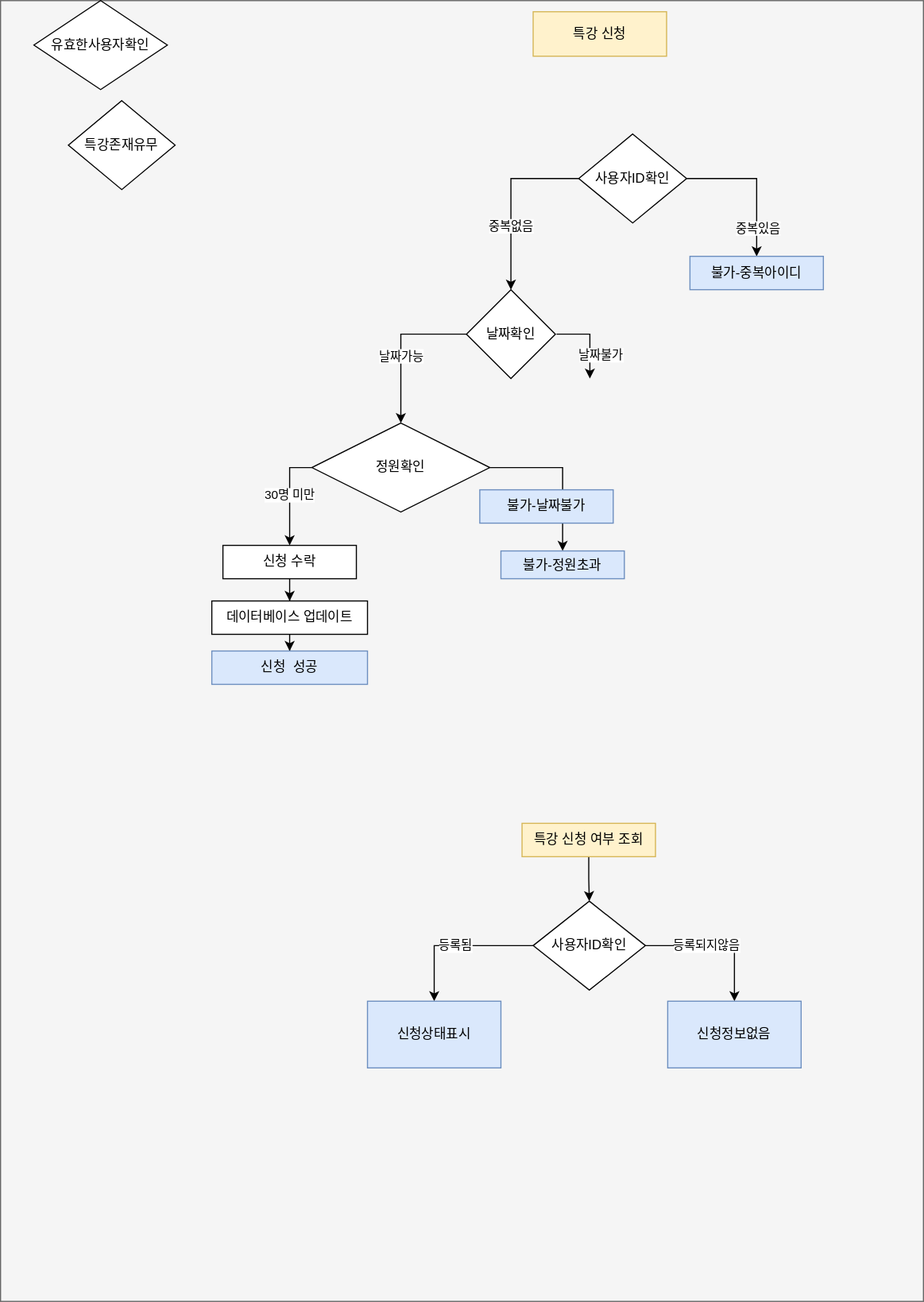
Above: src/main/java/com/tdd/speciallectureapply/document/diagram/service-flow.svg in kabalport/special-lecture-apply (draw.io), before the change. Source tidied: cells renumbered, new cells last; positions are measured from the earlier drawing's top-left corner, leaving out a move shared by most shapes.
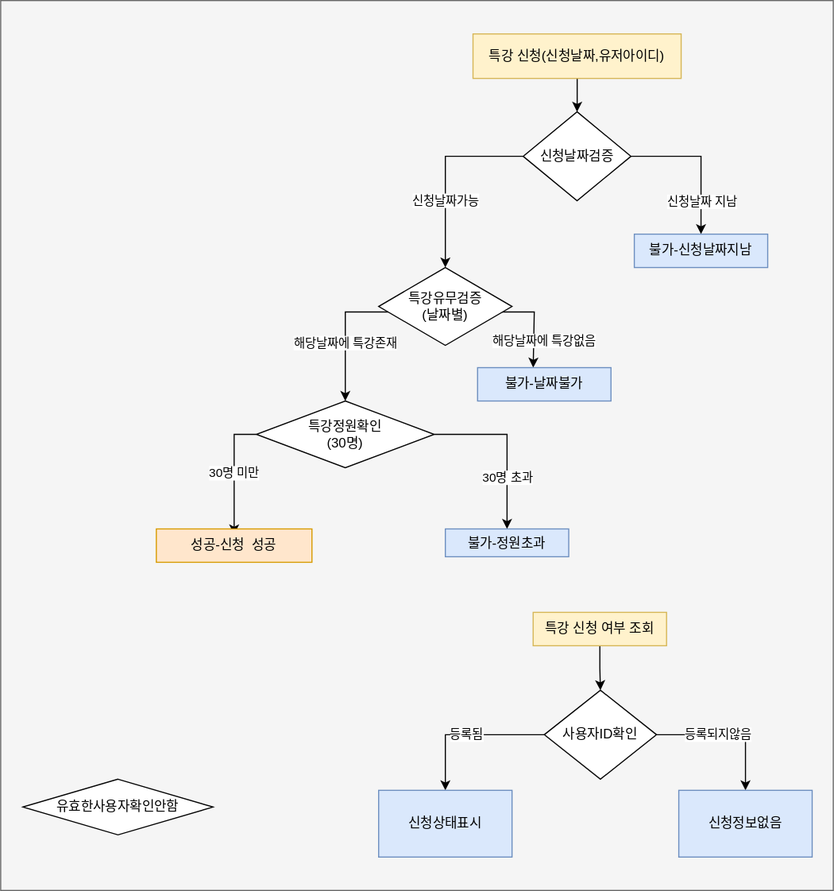
Above is the later version.

Change to the diagram source:
```diff
@@ -3,49 +3,51 @@
     <mxCell id="0" />
     <mxCell id="1" parent="0" />
     <mxCell id="2" style="rounded=0;whiteSpace=wrap;html=1;fillColor=#f5f5f5;strokeColor=#666666;fontColor=#333333;" parent="1" vertex="1">
-      <mxGeometry width="830" height="1170" as="geometry" />
+      <mxGeometry x="50" y="20" width="749" height="800" as="geometry" />
     </mxCell>
+    <mxCell id="33" style="edgeStyle=orthogonalEdgeStyle;rounded=0;jettySize=auto;html=1;" parent="1" edge="1" source="3" target="7">
+      <mxGeometry relative="1" as="geometry" />
+    </mxCell>
-    <mxCell id="3" value="특강 신청" style="rounded=0;whiteSpace=wrap;html=1;fillColor=#fff2cc;strokeColor=#d6b656;" parent="1" vertex="1">
-      <mxGeometry x="479" y="10" width="120" height="40" as="geometry" />
+    <mxCell id="3" value="특강 신청(신청날짜,유저아이디)" style="rounded=0;whiteSpace=wrap;html=1;fillColor=#fff2cc;strokeColor=#d6b656;" parent="1" vertex="1">
+      <mxGeometry x="474.9" y="50" width="187.2" height="40" as="geometry" />
     </mxCell>
-    <mxCell id="4" value="중복없음" style="edgeStyle=orthogonalEdgeStyle;rounded=0;jettySize=auto;html=1;" parent="1" edge="1" source="7" target="10">
+    <mxCell id="4" value="신청날짜가능" style="edgeStyle=orthogonalEdgeStyle;rounded=0;jettySize=auto;html=1;" parent="1" edge="1" source="7" target="10">
       <mxGeometry x="0.29" relative="1" as="geometry" />
     </mxCell>
     <mxCell id="5" style="edgeStyle=orthogonalEdgeStyle;rounded=0;jettySize=auto;html=1;" parent="1" edge="1" source="7" target="11">
       <mxGeometry relative="1" as="geometry" />
     </mxCell>
-    <mxCell id="6" value="중복있음" style="edgeLabel;html=1;align=center;verticalAlign=middle;" parent="5" vertex="1">
+    <mxCell id="6" value="신청날짜 지남" style="edgeLabel;html=1;align=center;verticalAlign=middle;" parent="5" vertex="1">
       <mxGeometry x="0.24" y="2" relative="1" as="geometry">
-        <mxPoint x="-2" y="24" as="offset" />
+        <mxPoint x="-2" y="20" as="offset" />
       </mxGeometry>
     </mxCell>
-    <mxCell id="7" value="사용자ID확인" style="rhombus;whiteSpace=wrap;html=1;rounded=0;" parent="1" vertex="1">
+    <mxCell id="7" value="신청날짜검증" style="rhombus;whiteSpace=wrap;html=1;rounded=0;" parent="1" vertex="1">
       <mxGeometry x="520" y="120" width="97" height="80" as="geometry" />
     </mxCell>
-    <mxCell id="8" value="날짜가능" style="edgeStyle=orthogonalEdgeStyle;rounded=0;jettySize=auto;html=1;entryX=0.5;entryY=0;entryDx=0;entryDy=0;" parent="1" edge="1" source="10" target="15">
+    <mxCell id="8" value="해당날짜에 특강존재" style="edgeStyle=orthogonalEdgeStyle;rounded=0;jettySize=auto;html=1;entryX=0.5;entryY=0;entryDx=0;entryDy=0;" parent="1" edge="1" source="10" target="15">
       <mxGeometry x="0.14" relative="1" as="geometry">
         <Array as="points">
           <mxPoint x="360" y="300" />
         </Array>
       </mxGeometry>
     </mxCell>
-    <mxCell id="9" value="날짜불가" style="edgeStyle=orthogonalEdgeStyle;rounded=0;orthogonalLoop=1;jettySize=auto;html=1;entryX=0.5;entryY=0;entryDx=0;entryDy=0;" parent="1" edge="1">
+    <mxCell id="9" value="해당날짜에 특강없음" style="edgeStyle=orthogonalEdgeStyle;rounded=0;jettySize=auto;html=1;entryX=0.417;entryY=0;entryDx=0;entryDy=0;entryPerimeter=0;" parent="1" edge="1" target="21">
       <mxGeometry x="0.43" y="10" relative="1" as="geometry">
         <mxPoint x="500" y="300" as="sourcePoint" />
-        <mxPoint x="530" y="340" as="targetPoint" />
         <Array as="points">
           <mxPoint x="530" y="300" />
         </Array>
         <mxPoint y="-1" as="offset" />
       </mxGeometry>
     </mxCell>
-    <mxCell id="10" value="날짜확인" style="rhombus;whiteSpace=wrap;html=1;rounded=0;" parent="1" vertex="1">
-      <mxGeometry x="419" y="260" width="80" height="80" as="geometry" />
+    <mxCell id="10" value="특강유무검증&lt;br&gt;(날짜별)" style="rhombus;whiteSpace=wrap;html=1;rounded=0;" parent="1" vertex="1">
+      <mxGeometry x="390" y="260" width="120" height="70" as="geometry" />
     </mxCell>
-    <mxCell id="11" value="불가-중복아이디" style="whiteSpace=wrap;html=1;rounded=0;fillColor=#dae8fc;strokeColor=#6c8ebf;" parent="1" vertex="1">
+    <mxCell id="11" value="불가-신청날짜지남" style="whiteSpace=wrap;html=1;rounded=0;fillColor=#dae8fc;strokeColor=#6c8ebf;" parent="1" vertex="1">
       <mxGeometry x="620" y="230" width="120" height="30" as="geometry" />
     </mxCell>
-    <mxCell id="12" value="30명 미만" style="edgeStyle=orthogonalEdgeStyle;rounded=0;jettySize=auto;html=1;entryX=0.5;entryY=0;entryDx=0;entryDy=0;exitX=0;exitY=0.5;exitDx=0;exitDy=0;" parent="1" edge="1" source="15" target="17">
+    <mxCell id="12" value="30명 미만" style="edgeStyle=orthogonalEdgeStyle;rounded=0;jettySize=auto;html=1;entryX=0.5;entryY=0.167;entryDx=0;entryDy=0;exitX=0;exitY=0.5;exitDx=0;exitDy=0;entryPerimeter=0;" parent="1" edge="1" source="15" target="20">
       <mxGeometry relative="1" as="geometry" />
     </mxCell>
     <mxCell id="13" style="edgeStyle=orthogonalEdgeStyle;rounded=0;jettySize=auto;html=1;" parent="1" edge="1" source="15" target="22">
@@ -56,26 +58,14 @@
         <mxPoint x="1" y="11" as="offset" />
       </mxGeometry>
     </mxCell>
-    <mxCell id="15" value="정원확인" style="rhombus;whiteSpace=wrap;html=1;rounded=0;" parent="1" vertex="1">
-      <mxGeometry x="280" y="380" width="160" height="80" as="geometry" />
+    <mxCell id="15" value="특강정원확인&lt;br&gt;(30명)" style="rhombus;whiteSpace=wrap;html=1;rounded=0;" parent="1" vertex="1">
+      <mxGeometry x="280" y="380" width="160" height="60" as="geometry" />
     </mxCell>
-    <mxCell id="16" style="edgeStyle=orthogonalEdgeStyle;rounded=0;jettySize=auto;html=1;" parent="1" edge="1" source="17" target="19">
-      <mxGeometry relative="1" as="geometry" />
-    </mxCell>
-    <mxCell id="17" value="신청 수락" style="rounded=0;whiteSpace=wrap;html=1;" parent="1" vertex="1">
-      <mxGeometry x="200" y="490" width="120" height="30" as="geometry" />
-    </mxCell>
-    <mxCell id="18" style="edgeStyle=orthogonalEdgeStyle;rounded=0;jettySize=auto;html=1;" parent="1" edge="1" source="19" target="20">
-      <mxGeometry relative="1" as="geometry" />
-    </mxCell>
-    <mxCell id="19" value="데이터베이스 업데이트" style="rounded=0;whiteSpace=wrap;html=1;" parent="1" vertex="1">
-      <mxGeometry x="190" y="540" width="140" height="30" as="geometry" />
-    </mxCell>
-    <mxCell id="20" value="신청&amp;nbsp; 성공" style="rounded=0;whiteSpace=wrap;html=1;fillColor=#dae8fc;strokeColor=#6c8ebf;" parent="1" vertex="1">
-      <mxGeometry x="190" y="585" width="140" height="30" as="geometry" />
+    <mxCell id="20" value="성공-신청&amp;nbsp; 성공" style="rounded=0;whiteSpace=wrap;html=1;fillColor=#ffe6cc;strokeColor=#d79b00;" parent="1" vertex="1">
+      <mxGeometry x="190" y="495" width="140" height="30" as="geometry" />
     </mxCell>
     <mxCell id="21" value="불가-날짜불가" style="rounded=0;whiteSpace=wrap;html=1;fillColor=#dae8fc;strokeColor=#6c8ebf;" parent="1" vertex="1">
-      <mxGeometry x="431" y="440" width="120" height="30" as="geometry" />
+      <mxGeometry x="479" y="350" width="120" height="30" as="geometry" />
     </mxCell>
     <mxCell id="22" value="불가-정원초과" style="whiteSpace=wrap;html=1;rounded=0;fillColor=#dae8fc;strokeColor=#6c8ebf;" parent="1" vertex="1">
       <mxGeometry x="450" y="495" width="111" height="25" as="geometry" />
@@ -84,7 +74,7 @@
       <mxGeometry relative="1" as="geometry" />
     </mxCell>
     <mxCell id="24" value="특강 신청 여부 조회" style="rounded=0;whiteSpace=wrap;html=1;fillColor=#fff2cc;strokeColor=#d6b656;" parent="1" vertex="1">
-      <mxGeometry x="469" y="740" width="120" height="30" as="geometry" />
+      <mxGeometry x="529" y="570" width="120" height="30" as="geometry" />
     </mxCell>
     <mxCell id="25" style="edgeStyle=orthogonalEdgeStyle;rounded=0;jettySize=auto;html=1;entryX=0.5;entryY=0;entryDx=0;entryDy=0;" parent="1" edge="1" source="28" target="29">
       <mxGeometry relative="1" as="geometry" />
@@ -96,19 +86,19 @@
       <mxGeometry relative="1" as="geometry" />
     </mxCell>
     <mxCell id="28" value="사용자ID확인" style="rhombus;whiteSpace=wrap;html=1;" parent="1" vertex="1">
-      <mxGeometry x="479" y="810" width="101" height="80" as="geometry" />
+      <mxGeometry x="539" y="640" width="101" height="80" as="geometry" />
     </mxCell>
     <mxCell id="29" value="신청정보없음" style="rounded=0;whiteSpace=wrap;html=1;fillColor=#dae8fc;strokeColor=#6c8ebf;" parent="1" vertex="1">
-      <mxGeometry x="600" y="900" width="120" height="60" as="geometry" />
+      <mxGeometry x="660" y="730" width="120" height="60" as="geometry" />
     </mxCell>
     <mxCell id="30" value="신청상태표시" style="rounded=0;whiteSpace=wrap;html=1;fillColor=#dae8fc;strokeColor=#6c8ebf;" parent="1" vertex="1">
-      <mxGeometry x="330" y="900" width="120" height="60" as="geometry" />
+      <mxGeometry x="390" y="730" width="120" height="60" as="geometry" />
     </mxCell>
-    <mxCell id="31" value="특강존재유무" style="rhombus;whiteSpace=wrap;html=1;rounded=0;" parent="1" vertex="1">
-      <mxGeometry x="61" y="90" width="96" height="80" as="geometry" />
-    </mxCell>
-    <mxCell id="32" value="유효한사용자확인" style="rhombus;whiteSpace=wrap;html=1;rounded=0;" parent="1" vertex="1">
-      <mxGeometry x="30" width="120" height="80" as="geometry" />
+    <mxCell id="32" value="유효한사용자확인안함" style="rhombus;whiteSpace=wrap;html=1;rounded=0;" parent="1" vertex="1">
+      <mxGeometry x="70" y="720" width="171" height="50" as="geometry" />
     </mxCell>
+    <mxCell id="34" style="edgeStyle=orthogonalEdgeStyle;rounded=0;orthogonalLoop=1;jettySize=auto;html=1;exitX=0.5;exitY=1;exitDx=0;exitDy=0;" parent="1" edge="1" source="22" target="22">
+      <mxGeometry relative="1" as="geometry" />
+    </mxCell>
   </root>
 </mxGraphModel>
```
